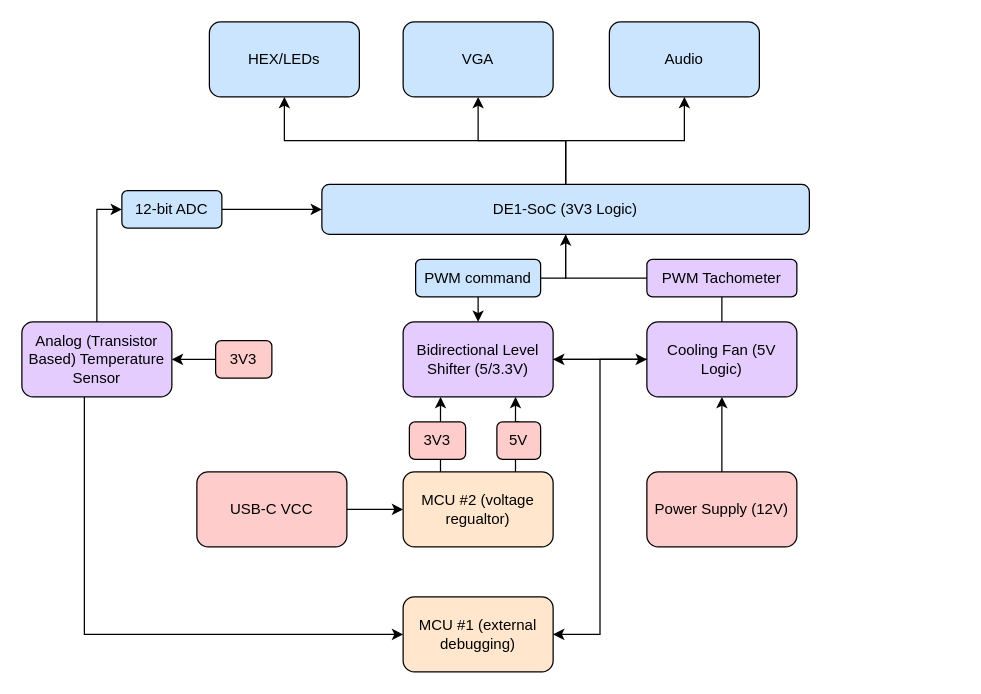
Earlier version of the draw.io diagram ece243_final.drawio (samarqureshii/biosSettings). Source tidied: cells renumbered, new cells numbered last; positions are measured from the earlier drawing's top-left corner, leaving out a move shared by most shapes. Both pictures are drawn from the tidied source at 125%, with x=0, y=0 at pixel (21, 21).
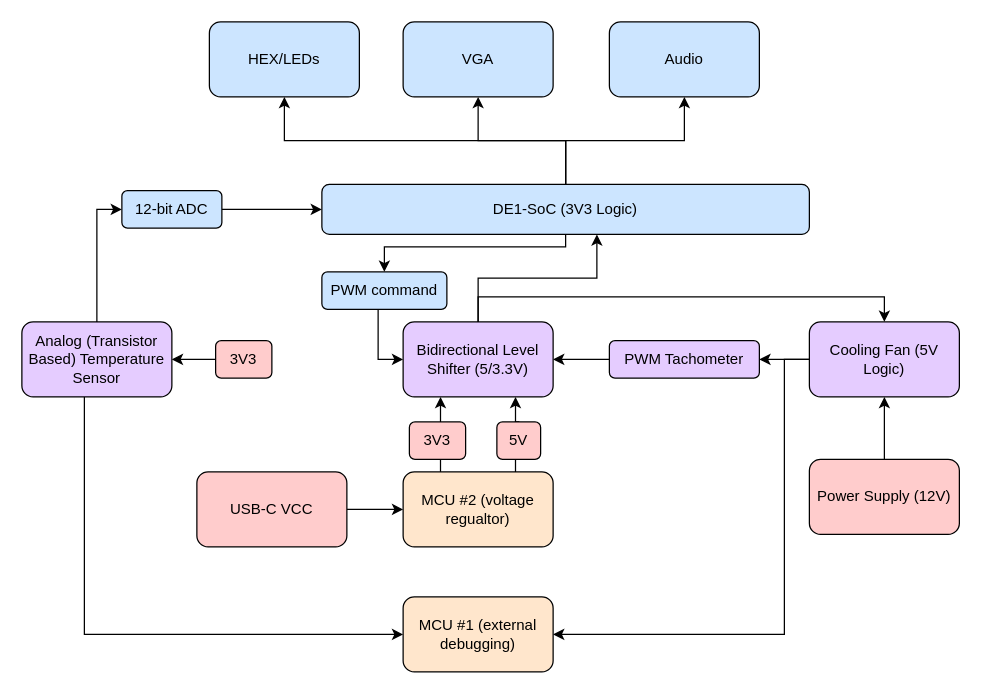
Above is the later version.

The change refers to these unchanged cells:
```xml
<mxCell id="6" value="DE1-SoC (3V3 Logic)" style="rounded=1;whiteSpace=wrap;html=1;fillColor=#CCE5FF;" parent="1" vertex="1">
  <mxGeometry x="240" y="130" width="390" height="40" as="geometry" />
</mxCell>
<mxCell id="8" value="MCU #1 (external debugging)" style="rounded=1;whiteSpace=wrap;html=1;fillColor=#FFE6CC;" parent="1" vertex="1">
  <mxGeometry x="305" y="460" width="120" height="60" as="geometry" />
</mxCell>
<mxCell id="17" value="Bidirectional Level Shifter (5/3.3V)" style="rounded=1;whiteSpace=wrap;html=1;fillColor=#E5CCFF;" parent="1" vertex="1">
  <mxGeometry x="305" y="240" width="120" height="60" as="geometry" />
</mxCell>
```

Diff of the diagram source:
```diff
@@
-    <mxCell id="5" style="edgeStyle=orthogonalEdgeStyle;rounded=0;jettySize=auto;html=1;" parent="1" edge="1" source="6" target="17">
-      <mxGeometry relative="1" as="geometry" />
-    </mxCell>
+    <mxCell id="36" style="edgeStyle=orthogonalEdgeStyle;rounded=0;jettySize=auto;html=1;entryX=0.5;entryY=0;entryDx=0;entryDy=0;" parent="1" edge="1" source="6" target="34">
+      <mxGeometry relative="1" as="geometry">
+        <Array as="points">
+          <mxPoint x="435" y="180" />
+          <mxPoint x="290" y="180" />
+        </Array>
+      </mxGeometry>
+    </mxCell>
@@
-    <mxCell id="9" style="edgeStyle=orthogonalEdgeStyle;rounded=0;jettySize=auto;html=1;entryX=1;entryY=0.5;entryDx=0;entryDy=0;" parent="1" edge="1" source="12" target="17">
-      <mxGeometry relative="1" as="geometry" />
-    </mxCell>
-    <mxCell id="10" style="edgeStyle=orthogonalEdgeStyle;rounded=0;jettySize=auto;html=1;entryX=0.5;entryY=1;entryDx=0;entryDy=0;" parent="1" edge="1" source="12" target="6">
-      <mxGeometry relative="1" as="geometry" />
-    </mxCell>
+    <mxCell id="37" style="edgeStyle=orthogonalEdgeStyle;rounded=0;jettySize=auto;html=1;" parent="1" edge="1" source="12" target="35">
+      <mxGeometry relative="1" as="geometry" />
+    </mxCell>
     <mxCell id="11" style="edgeStyle=orthogonalEdgeStyle;rounded=0;jettySize=auto;html=1;entryX=1;entryY=0.5;entryDx=0;entryDy=0;" parent="1" edge="1" source="12" target="8">
-      <mxGeometry relative="1" as="geometry" />
+      <mxGeometry relative="1" as="geometry">
+        <Array as="points">
+          <mxPoint x="610" y="270" />
+          <mxPoint x="610" y="490" />
+        </Array>
+      </mxGeometry>
     </mxCell>
     <mxCell id="12" value="Cooling Fan (5V Logic)" style="rounded=1;whiteSpace=wrap;html=1;fillColor=#E5CCFF;" parent="1" vertex="1">
-      <mxGeometry x="500" y="240" width="120" height="60" as="geometry" />
+      <mxGeometry x="630" y="240" width="120" height="60" as="geometry" />
     </mxCell>
@@
-    <mxCell id="16" style="edgeStyle=orthogonalEdgeStyle;rounded=0;jettySize=auto;html=1;entryX=0;entryY=0.5;entryDx=0;entryDy=0;" parent="1" edge="1" source="17" target="12">
-      <mxGeometry relative="1" as="geometry" />
+    <mxCell id="16" style="edgeStyle=orthogonalEdgeStyle;rounded=0;jettySize=auto;html=1;" parent="1" edge="1" source="17" target="12">
+      <mxGeometry relative="1" as="geometry">
+        <Array as="points">
+          <mxPoint x="365" y="220" />
+          <mxPoint x="690" y="220" />
+        </Array>
+      </mxGeometry>
     </mxCell>
+    <mxCell id="38" style="edgeStyle=orthogonalEdgeStyle;rounded=0;jettySize=auto;html=1;" parent="1" edge="1" source="17" target="6">
+      <mxGeometry relative="1" as="geometry">
+        <Array as="points">
+          <mxPoint x="365" y="205" />
+          <mxPoint x="460" y="205" />
+        </Array>
+      </mxGeometry>
+    </mxCell>
@@
     <mxCell id="22" value="Power Supply (12V)" style="rounded=1;whiteSpace=wrap;html=1;fillColor=#FFCCCC;" parent="1" vertex="1">
-      <mxGeometry x="500" y="360" width="120" height="60" as="geometry" />
+      <mxGeometry x="630" y="350" width="120" height="60" as="geometry" />
     </mxCell>
@@
+    <mxCell id="39" style="edgeStyle=orthogonalEdgeStyle;rounded=0;jettySize=auto;html=1;entryX=0;entryY=0.5;entryDx=0;entryDy=0;" parent="1" edge="1" source="34" target="17">
+      <mxGeometry relative="1" as="geometry">
+        <Array as="points">
+          <mxPoint x="285" y="270" />
+        </Array>
+      </mxGeometry>
+    </mxCell>
     <mxCell id="34" value="PWM command" style="html=1;align=center;verticalAlign=middle;whiteSpace=wrap;rounded=1;fillColor=#CCE5FF;" parent="1" vertex="1">
-      <mxGeometry x="315" y="190" width="100" height="30" as="geometry" />
+      <mxGeometry x="240" y="200" width="100" height="30" as="geometry" />
     </mxCell>
+    <mxCell id="40" style="edgeStyle=orthogonalEdgeStyle;rounded=0;jettySize=auto;html=1;entryX=1;entryY=0.5;entryDx=0;entryDy=0;" parent="1" edge="1" source="35" target="17">
+      <mxGeometry relative="1" as="geometry" />
+    </mxCell>
     <mxCell id="35" value="PWM Tachometer" style="html=1;align=center;verticalAlign=middle;whiteSpace=wrap;rounded=1;fillColor=#E5CCFF;" parent="1" vertex="1">
-      <mxGeometry x="500" y="190" width="120" height="30" as="geometry" />
+      <mxGeometry x="470" y="255" width="120" height="30" as="geometry" />
     </mxCell>
```
